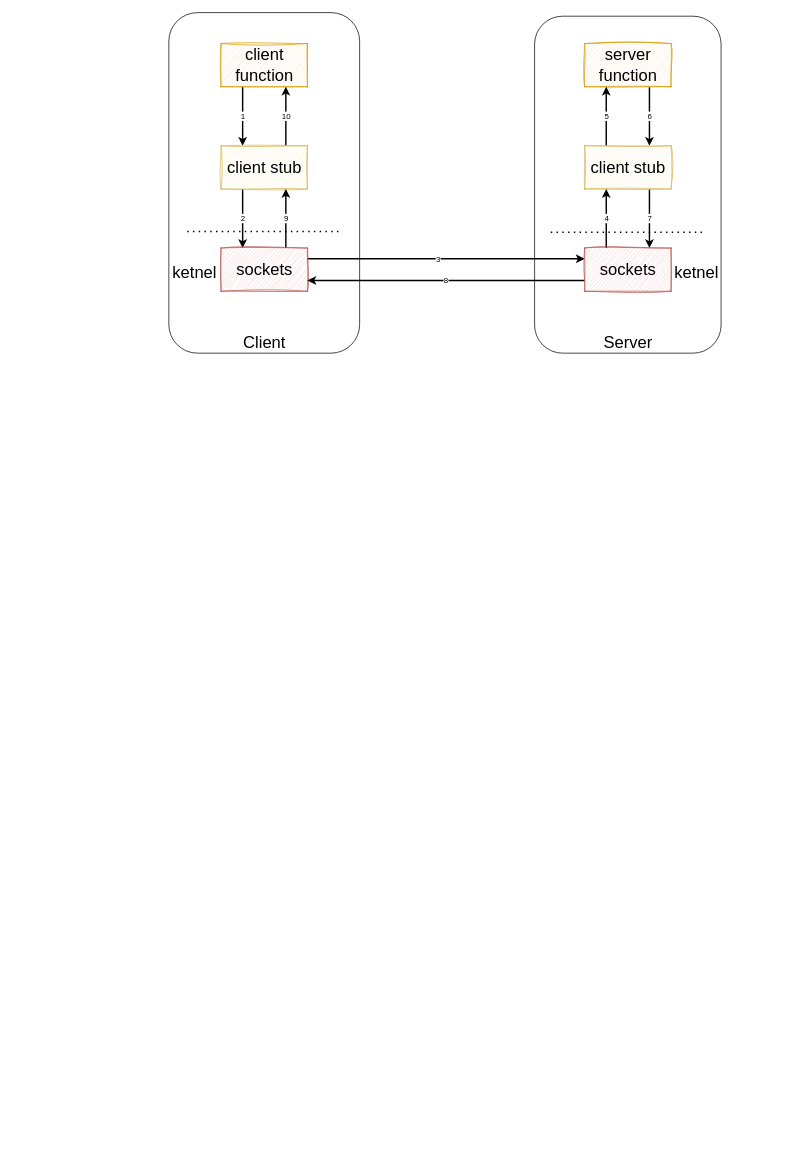
Earlier version of the draw.io diagram Dubbo.drawio (Doing-code/diagrams). Source tidied: cells renumbered, new cells numbered last; positions are measured from the earlier drawing's top-left corner, leaving out a move shared by most shapes. Both pictures are drawn from the tidied source at 72%, with x=0, y=0 at pixel (168, 12).
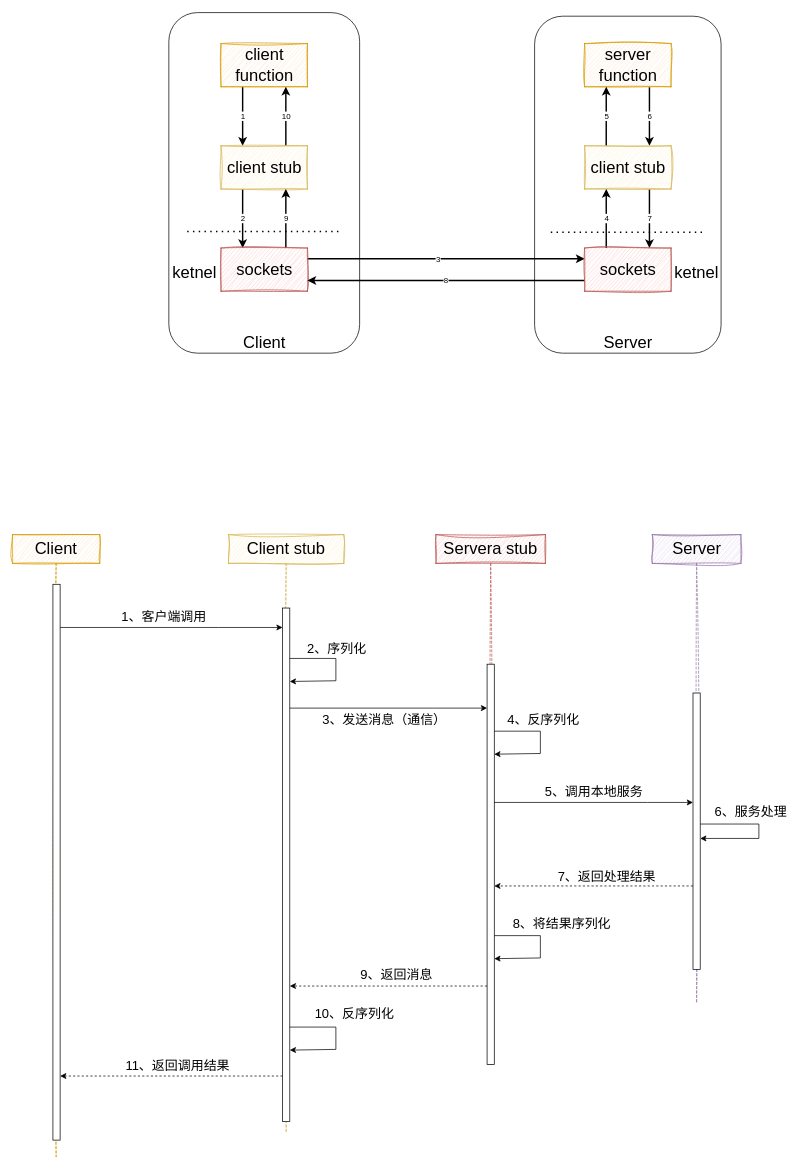
Above is the later version.

The edit, as a diff of the source:
```diff
@@
+    <mxCell id="27" value="Client" style="shape=umlLifeline;perimeter=lifelinePerimeter;whiteSpace=wrap;html=1;newEdgeStyle={&quot;edgeStyle&quot;:&quot;elbowEdgeStyle&quot;,&quot;elbow&quot;:&quot;vertical&quot;,&quot;curved&quot;:0,&quot;rounded&quot;:0};fontSize=23;fillColor=#ffe6cc;strokeColor=#d79b00;shadow=0;sketch=1;curveFitting=1;jiggle=2;" parent="1" vertex="1">
+      <mxGeometry x="-217" y="725" width="121" height="864" as="geometry" />
+    </mxCell>
+    <mxCell id="28" style="html=1;points=[];perimeter=orthogonalPerimeter;outlineConnect=0;targetShapes=umlLifeline;portConstraint=eastwest;newEdgeStyle={&quot;edgeStyle&quot;:&quot;elbowEdgeStyle&quot;,&quot;elbow&quot;:&quot;vertical&quot;,&quot;curved&quot;:0,&quot;rounded&quot;:0};" parent="27" vertex="1">
+      <mxGeometry x="56" y="69" width="10" height="772" as="geometry" />
+    </mxCell>
+    <mxCell id="29" value="Client stub" style="shape=umlLifeline;perimeter=lifelinePerimeter;whiteSpace=wrap;html=1;newEdgeStyle={&quot;edgeStyle&quot;:&quot;elbowEdgeStyle&quot;,&quot;elbow&quot;:&quot;vertical&quot;,&quot;curved&quot;:0,&quot;rounded&quot;:0};fontSize=23;fillColor=#fff2cc;strokeColor=#d6b656;sketch=1;curveFitting=1;jiggle=2;" parent="1" vertex="1">
+      <mxGeometry x="83" y="725" width="160" height="831" as="geometry" />
+    </mxCell>
+    <mxCell id="30" style="html=1;points=[];perimeter=orthogonalPerimeter;outlineConnect=0;targetShapes=umlLifeline;portConstraint=eastwest;newEdgeStyle={&quot;edgeStyle&quot;:&quot;elbowEdgeStyle&quot;,&quot;elbow&quot;:&quot;vertical&quot;,&quot;curved&quot;:0,&quot;rounded&quot;:0};" parent="29" vertex="1">
+      <mxGeometry x="75" y="102" width="10" height="713" as="geometry" />
+    </mxCell>
+    <mxCell id="31" value="Servera&amp;nbsp;stub" style="shape=umlLifeline;perimeter=lifelinePerimeter;whiteSpace=wrap;html=1;newEdgeStyle={&quot;edgeStyle&quot;:&quot;elbowEdgeStyle&quot;,&quot;elbow&quot;:&quot;vertical&quot;,&quot;curved&quot;:0,&quot;rounded&quot;:0};fontSize=23;fillColor=#f8cecc;strokeColor=#b85450;sketch=1;curveFitting=1;jiggle=2;" parent="1" vertex="1">
+      <mxGeometry x="371" y="725" width="152" height="736" as="geometry" />
+    </mxCell>
+    <mxCell id="32" style="html=1;points=[];perimeter=orthogonalPerimeter;outlineConnect=0;targetShapes=umlLifeline;portConstraint=eastwest;newEdgeStyle={&quot;edgeStyle&quot;:&quot;elbowEdgeStyle&quot;,&quot;elbow&quot;:&quot;vertical&quot;,&quot;curved&quot;:0,&quot;rounded&quot;:0};" parent="31" vertex="1">
+      <mxGeometry x="71" y="180" width="10" height="556" as="geometry" />
+    </mxCell>
+    <mxCell id="33" value="Server" style="shape=umlLifeline;perimeter=lifelinePerimeter;whiteSpace=wrap;html=1;newEdgeStyle={&quot;edgeStyle&quot;:&quot;elbowEdgeStyle&quot;,&quot;elbow&quot;:&quot;vertical&quot;,&quot;curved&quot;:0,&quot;rounded&quot;:0};fontSize=23;fillColor=#e1d5e7;strokeColor=#9673a6;sketch=1;curveFitting=1;jiggle=2;" parent="1" vertex="1">
+      <mxGeometry x="671.5" y="725" width="123" height="650" as="geometry" />
+    </mxCell>
+    <mxCell id="34" style="html=1;points=[];perimeter=orthogonalPerimeter;outlineConnect=0;targetShapes=umlLifeline;portConstraint=eastwest;newEdgeStyle={&quot;edgeStyle&quot;:&quot;elbowEdgeStyle&quot;,&quot;elbow&quot;:&quot;vertical&quot;,&quot;curved&quot;:0,&quot;rounded&quot;:0};" parent="33" vertex="1">
+      <mxGeometry x="56.5" y="220" width="10" height="384" as="geometry" />
+    </mxCell>
+    <mxCell id="35" style="edgeStyle=elbowEdgeStyle;rounded=0;orthogonalLoop=1;jettySize=auto;html=1;elbow=vertical;curved=0;" parent="33" edge="1" source="34" target="34">
+      <mxGeometry relative="1" as="geometry">
+        <Array as="points">
+          <mxPoint x="148" y="410" />
+        </Array>
+      </mxGeometry>
+    </mxCell>
+    <mxCell id="36" value="&lt;font style=&quot;font-size: 18px;&quot;&gt;6、服务处理&lt;/font&gt;" style="edgeLabel;html=1;align=center;verticalAlign=middle;" parent="35" vertex="1">
+      <mxGeometry x="-0.45" relative="1" as="geometry">
+        <mxPoint x="19" y="-18" as="offset" />
+      </mxGeometry>
+    </mxCell>
+    <mxCell id="37" style="edgeStyle=elbowEdgeStyle;rounded=0;jettySize=auto;html=1;elbow=vertical;curved=0;" parent="1" edge="1" source="28" target="30">
+      <mxGeometry relative="1" as="geometry">
+        <Array as="points">
+          <mxPoint x="69" y="854" />
+          <mxPoint x="9" y="886" />
+        </Array>
+      </mxGeometry>
+    </mxCell>
+    <mxCell id="38" value="&lt;font style=&quot;font-size: 18px;&quot;&gt;1、客户端调用&lt;/font&gt;" style="edgeLabel;html=1;align=center;verticalAlign=middle;" parent="37" vertex="1">
+      <mxGeometry x="0.11" relative="1" as="geometry">
+        <mxPoint x="-28" y="-16" as="offset" />
+      </mxGeometry>
+    </mxCell>
+    <mxCell id="39" style="edgeStyle=elbowEdgeStyle;rounded=0;jettySize=auto;html=1;elbow=vertical;curved=0;" parent="1" edge="1" source="30" target="32">
+      <mxGeometry relative="1" as="geometry">
+        <Array as="points">
+          <mxPoint x="368" y="966" />
+        </Array>
+      </mxGeometry>
+    </mxCell>
+    <mxCell id="40" value="&lt;font style=&quot;font-size: 18px;&quot;&gt;3、发送消息（通信）&lt;/font&gt;" style="edgeLabel;html=1;align=center;verticalAlign=middle;" parent="39" vertex="1">
+      <mxGeometry x="-0.05" relative="1" as="geometry">
+        <mxPoint y="16" as="offset" />
+      </mxGeometry>
+    </mxCell>
+    <mxCell id="41" style="edgeStyle=elbowEdgeStyle;rounded=0;jettySize=auto;html=1;elbow=vertical;curved=0;" parent="1" edge="1" source="32" target="34">
+      <mxGeometry relative="1" as="geometry">
+        <Array as="points">
+          <mxPoint x="665" y="1097" />
+          <mxPoint x="619" y="1226" />
+          <mxPoint x="625" y="1097" />
+        </Array>
+      </mxGeometry>
+    </mxCell>
+    <mxCell id="42" value="&lt;font style=&quot;font-size: 18px;&quot;&gt;5、调用本地服务&lt;/font&gt;" style="edgeLabel;html=1;align=center;verticalAlign=middle;" parent="41" vertex="1">
+      <mxGeometry x="0.05" y="-4" relative="1" as="geometry">
+        <mxPoint x="-8" y="-19" as="offset" />
+      </mxGeometry>
+    </mxCell>
+    <mxCell id="43" style="edgeStyle=elbowEdgeStyle;rounded=0;jettySize=auto;html=1;elbow=vertical;curved=0;dashed=1;" parent="1" edge="1" source="34" target="32">
+      <mxGeometry relative="1" as="geometry">
+        <Array as="points">
+          <mxPoint x="672" y="1213" />
+          <mxPoint x="619" y="1292" />
+        </Array>
+      </mxGeometry>
+    </mxCell>
+    <mxCell id="44" value="&lt;font style=&quot;font-size: 18px;&quot;&gt;7、返回处理结果&lt;/font&gt;" style="edgeLabel;html=1;align=center;verticalAlign=middle;" parent="43" vertex="1">
+      <mxGeometry x="-0.24" y="-1" relative="1" as="geometry">
+        <mxPoint x="-16" y="-13" as="offset" />
+      </mxGeometry>
+    </mxCell>
+    <mxCell id="45" style="group;" parent="1" vertex="1">
+      <mxGeometry x="168" y="897" width="64" height="32" as="geometry" />
+    </mxCell>
+    <mxCell id="46" style="endArrow=classic;html=1;rounded=0;" parent="45" edge="1">
+      <mxGeometry relative="1" as="geometry">
+        <mxPoint x="64" y="31" as="sourcePoint" />
+        <mxPoint y="32" as="targetPoint" />
+      </mxGeometry>
+    </mxCell>
+    <mxCell id="47" style="endArrow=none;html=1;rounded=0;" parent="45" edge="1">
+      <mxGeometry relative="1" as="geometry">
+        <mxPoint as="sourcePoint" />
+        <mxPoint x="64" as="targetPoint" />
+      </mxGeometry>
+    </mxCell>
+    <mxCell id="48" style="endArrow=none;html=1;rounded=0;" parent="45" edge="1">
+      <mxGeometry relative="1" as="geometry">
+        <mxPoint x="64" y="31" as="sourcePoint" />
+        <mxPoint x="64" as="targetPoint" />
+      </mxGeometry>
+    </mxCell>
+    <mxCell id="49" value="&lt;font style=&quot;font-size: 18px;&quot;&gt;2、序列化&lt;/font&gt;" style="text;html=1;strokeColor=none;fillColor=none;align=center;verticalAlign=middle;whiteSpace=wrap;rounded=0;" parent="1" vertex="1">
+      <mxGeometry x="182" y="872" width="103" height="23" as="geometry" />
+    </mxCell>
+    <mxCell id="50" style="group;" parent="1" vertex="1">
+      <mxGeometry x="452" y="998" width="64" height="32" as="geometry" />
+    </mxCell>
+    <mxCell id="51" style="endArrow=classic;html=1;rounded=0;" parent="50" edge="1">
+      <mxGeometry relative="1" as="geometry">
+        <mxPoint x="64" y="31" as="sourcePoint" />
+        <mxPoint y="32" as="targetPoint" />
+      </mxGeometry>
+    </mxCell>
+    <mxCell id="52" style="endArrow=none;html=1;rounded=0;" parent="50" edge="1">
+      <mxGeometry relative="1" as="geometry">
+        <mxPoint as="sourcePoint" />
+        <mxPoint x="64" as="targetPoint" />
+      </mxGeometry>
+    </mxCell>
+    <mxCell id="53" style="endArrow=none;html=1;rounded=0;" parent="50" edge="1">
+      <mxGeometry relative="1" as="geometry">
+        <mxPoint x="64" y="31" as="sourcePoint" />
+        <mxPoint x="64" as="targetPoint" />
+      </mxGeometry>
+    </mxCell>
+    <mxCell id="54" value="&lt;font style=&quot;font-size: 18px;&quot;&gt;4、反序列化&lt;/font&gt;" style="text;html=1;strokeColor=none;fillColor=none;align=center;verticalAlign=middle;whiteSpace=wrap;rounded=0;" parent="1" vertex="1">
+      <mxGeometry x="464" y="969" width="113" height="25" as="geometry" />
+    </mxCell>
+    <mxCell id="55" style="group;" parent="1" vertex="1">
+      <mxGeometry x="452" y="1282" width="64" height="32" as="geometry" />
+    </mxCell>
+    <mxCell id="56" style="endArrow=classic;html=1;rounded=0;" parent="55" edge="1">
+      <mxGeometry relative="1" as="geometry">
+        <mxPoint x="64" y="31" as="sourcePoint" />
+        <mxPoint y="32" as="targetPoint" />
+      </mxGeometry>
+    </mxCell>
+    <mxCell id="57" style="endArrow=none;html=1;rounded=0;" parent="55" edge="1">
+      <mxGeometry relative="1" as="geometry">
+        <mxPoint as="sourcePoint" />
+        <mxPoint x="64" as="targetPoint" />
+      </mxGeometry>
+    </mxCell>
+    <mxCell id="58" style="endArrow=none;html=1;rounded=0;" parent="55" edge="1">
+      <mxGeometry relative="1" as="geometry">
+        <mxPoint x="64" y="31" as="sourcePoint" />
+        <mxPoint x="64" as="targetPoint" />
+      </mxGeometry>
+    </mxCell>
+    <mxCell id="59" value="&lt;font style=&quot;font-size: 18px;&quot;&gt;8、将结果序列化&lt;/font&gt;" style="text;html=1;strokeColor=none;fillColor=none;align=center;verticalAlign=middle;whiteSpace=wrap;rounded=0;" parent="1" vertex="1">
+      <mxGeometry x="464" y="1252" width="164" height="28" as="geometry" />
+    </mxCell>
+    <mxCell id="60" style="edgeStyle=elbowEdgeStyle;rounded=0;jettySize=auto;html=1;elbow=vertical;curved=0;dashed=1;" parent="1" edge="1" source="32" target="30">
+      <mxGeometry relative="1" as="geometry">
+        <Array as="points">
+          <mxPoint x="334" y="1352" />
+        </Array>
+      </mxGeometry>
+    </mxCell>
+    <mxCell id="61" value="&lt;font style=&quot;font-size: 18px;&quot;&gt;9、返回消息&lt;/font&gt;" style="edgeLabel;html=1;align=center;verticalAlign=middle;" parent="60" vertex="1">
+      <mxGeometry x="-0.08" y="-1" relative="1" as="geometry">
+        <mxPoint x="-1" y="-15" as="offset" />
+      </mxGeometry>
+    </mxCell>
+    <mxCell id="62" style="group;" parent="1" vertex="1">
+      <mxGeometry x="168" y="1409" width="64" height="32" as="geometry" />
+    </mxCell>
+    <mxCell id="63" style="endArrow=classic;html=1;rounded=0;" parent="62" edge="1">
+      <mxGeometry relative="1" as="geometry">
+        <mxPoint x="64" y="31" as="sourcePoint" />
+        <mxPoint y="32" as="targetPoint" />
+      </mxGeometry>
+    </mxCell>
+    <mxCell id="64" style="endArrow=none;html=1;rounded=0;" parent="62" edge="1">
+      <mxGeometry relative="1" as="geometry">
+        <mxPoint as="sourcePoint" />
+        <mxPoint x="64" as="targetPoint" />
+      </mxGeometry>
+    </mxCell>
+    <mxCell id="65" style="endArrow=none;html=1;rounded=0;" parent="62" edge="1">
+      <mxGeometry relative="1" as="geometry">
+        <mxPoint x="64" y="31" as="sourcePoint" />
+        <mxPoint x="64" as="targetPoint" />
+      </mxGeometry>
+    </mxCell>
+    <mxCell id="66" value="&lt;font style=&quot;font-size: 18px;&quot;&gt;10、反序列化&lt;/font&gt;" style="text;html=1;strokeColor=none;fillColor=none;align=center;verticalAlign=middle;whiteSpace=wrap;rounded=0;" parent="1" vertex="1">
+      <mxGeometry x="176" y="1377" width="164" height="28" as="geometry" />
+    </mxCell>
+    <mxCell id="67" style="edgeStyle=elbowEdgeStyle;rounded=0;jettySize=auto;html=1;elbow=vertical;curved=0;dashed=1;" parent="1" edge="1" source="30" target="28">
+      <mxGeometry relative="1" as="geometry">
+        <Array as="points">
+          <mxPoint x="96" y="1477" />
+        </Array>
+      </mxGeometry>
+    </mxCell>
+    <mxCell id="68" value="&lt;font style=&quot;font-size: 18px;&quot;&gt;11、返回调用结果&lt;/font&gt;" style="edgeLabel;html=1;align=center;verticalAlign=middle;" parent="67" vertex="1">
+      <mxGeometry x="-0.06" y="1" relative="1" as="geometry">
+        <mxPoint x="-2" y="-16" as="offset" />
+      </mxGeometry>
+    </mxCell>
```
